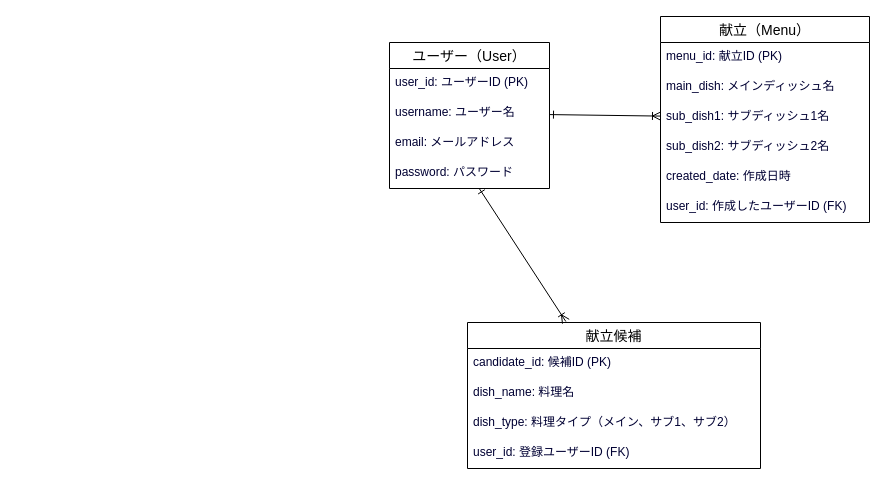
Above: er.dio in Some558/kondate_portfolio (draw.io), before the change. Source tidied: cells renumbered, new cells numbered last; positions are measured from the earlier drawing's top-left corner, leaving out a move shared by most shapes. Both pictures are drawn from the tidied source at 100%, with x=0, y=0 at pixel (389, 16).
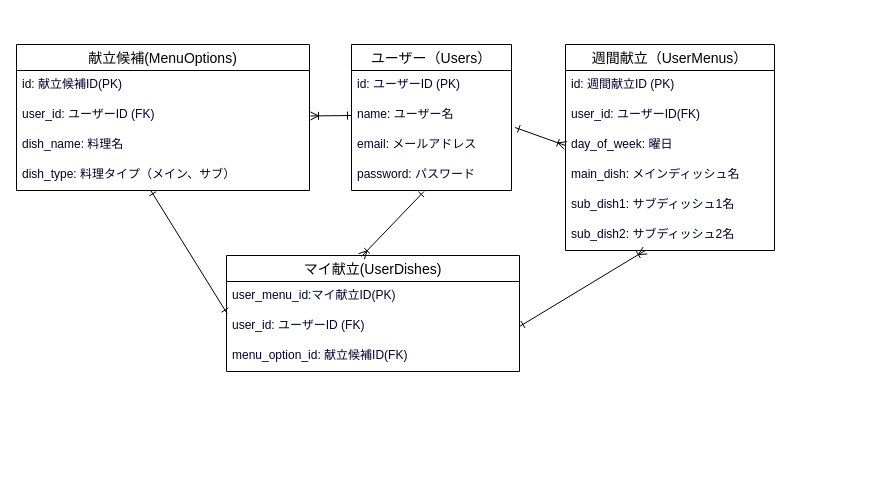
The same diagram, later.

Unchanged cells that the change refers to:
```xml
<mxCell id="5" value="email: メールアドレス" style="text;strokeColor=none;fillColor=none;spacingLeft=4;spacingRight=4;overflow=hidden;points=[[0,0.5],[1,0.5]];portConstraint=eastwest;fontSize=12;fontColor=#000033;" parent="2" vertex="1">
  <mxGeometry y="86" width="160" height="30" as="geometry" />
</mxCell>
<mxCell id="6" value="password: パスワード" style="text;strokeColor=none;fillColor=none;spacingLeft=4;spacingRight=4;overflow=hidden;points=[[0,0.5],[1,0.5]];portConstraint=eastwest;fontSize=12;fontColor=#000033;" parent="2" vertex="1">
  <mxGeometry y="116" width="160" height="30" as="geometry" />
</mxCell>
```

The edit, as a diff of the source:
```diff
@@
-    <mxCell id="2" value="ユーザー（User）" style="swimlane;fontStyle=0;horizontal=1;startSize=26;align=center;fontSize=14;labelBackgroundColor=none;labelBorderColor=none;swimlaneFillColor=none;gradientColor=none;perimeterSpacing=1;swimlaneLine=1;" parent="1" vertex="1">
-      <mxGeometry y="26" width="160" height="146" as="geometry" />
+    <mxCell id="2" value="ユーザー（Users）" style="swimlane;fontStyle=0;horizontal=1;startSize=26;align=center;fontSize=14;labelBackgroundColor=none;labelBorderColor=none;swimlaneFillColor=none;gradientColor=none;perimeterSpacing=1;swimlaneLine=1;" parent="1" vertex="1">
+      <mxGeometry x="-38" y="28" width="160" height="146" as="geometry" />
     </mxCell>
-    <mxCell id="3" value="user_id: ユーザーID (PK)" style="text;strokeColor=none;fillColor=none;spacingLeft=4;spacingRight=4;overflow=hidden;fontSize=12;fontColor=#000033;" parent="2" vertex="1">
+    <mxCell id="3" value="id: ユーザーID (PK)" style="text;strokeColor=none;fillColor=none;spacingLeft=4;spacingRight=4;overflow=hidden;fontSize=12;fontColor=#000033;" parent="2" vertex="1">
       <mxGeometry y="26" width="160" height="30" as="geometry" />
     </mxCell>
-    <mxCell id="4" value="username: ユーザー名" style="text;strokeColor=none;fillColor=none;spacingLeft=4;spacingRight=4;overflow=hidden;points=[[0,0.5],[1,0.5]];portConstraint=eastwest;fontSize=12;fontColor=#000033;" parent="2" vertex="1">
+    <mxCell id="4" value="name: ユーザー名" style="text;strokeColor=none;fillColor=none;spacingLeft=4;spacingRight=4;overflow=hidden;points=[[0,0.5],[1,0.5]];portConstraint=eastwest;fontSize=12;fontColor=#000033;" parent="2" vertex="1">
       <mxGeometry y="56" width="160" height="30" as="geometry" />
     </mxCell>
@@
-    <mxCell id="7" value="献立（Menu）" style="swimlane;fontStyle=0;horizontal=1;startSize=26;align=center;fontSize=14;labelBackgroundColor=none;labelBorderColor=none;swimlaneFillColor=none;gradientColor=none;perimeterSpacing=1;swimlaneLine=1;" parent="1" vertex="1">
-      <mxGeometry x="271" width="209" height="206" as="geometry" />
+    <mxCell id="7" value="週間献立（UserMenus）" style="swimlane;fontStyle=0;horizontal=1;startSize=26;align=center;fontSize=14;labelBackgroundColor=none;labelBorderColor=none;swimlaneFillColor=none;gradientColor=none;perimeterSpacing=1;swimlaneLine=1;" parent="1" vertex="1">
+      <mxGeometry x="176" y="28" width="209" height="206" as="geometry" />
     </mxCell>
-    <mxCell id="8" value="menu_id: 献立ID (PK)" style="text;strokeColor=none;fillColor=none;spacingLeft=4;spacingRight=4;overflow=hidden;fontSize=12;fontColor=#000033;" parent="7" vertex="1">
+    <mxCell id="8" value="id: 週間献立ID (PK)" style="text;strokeColor=none;fillColor=none;spacingLeft=4;spacingRight=4;overflow=hidden;fontSize=12;fontColor=#000033;" parent="7" vertex="1">
       <mxGeometry y="26" width="209" height="30" as="geometry" />
     </mxCell>
+    <mxCell id="21" value="user_id: ユーザーID(FK)" style="text;strokeColor=none;fillColor=none;spacingLeft=4;spacingRight=4;overflow=hidden;fontSize=12;fontColor=#000033;" parent="7" vertex="1">
+      <mxGeometry y="56" width="209" height="30" as="geometry" />
+    </mxCell>
+    <mxCell id="22" value="day_of_week: 曜日" style="text;strokeColor=none;fillColor=none;spacingLeft=4;spacingRight=4;overflow=hidden;points=[[0,0.5],[1,0.5]];portConstraint=eastwest;fontSize=12;fontColor=#000033;" parent="7" vertex="1">
+      <mxGeometry y="86" width="209" height="30" as="geometry" />
+    </mxCell>
     <mxCell id="9" value="main_dish: メインディッシュ名" style="text;strokeColor=none;fillColor=none;spacingLeft=4;spacingRight=4;overflow=hidden;fontSize=12;fontColor=#000033;" parent="7" vertex="1">
-      <mxGeometry y="56" width="209" height="30" as="geometry" />
+      <mxGeometry y="116" width="209" height="30" as="geometry" />
     </mxCell>
     <mxCell id="10" value="sub_dish1: サブディッシュ1名" style="text;strokeColor=none;fillColor=none;spacingLeft=4;spacingRight=4;overflow=hidden;points=[[0,0.5],[1,0.5]];portConstraint=eastwest;fontSize=12;fontColor=#000033;" parent="7" vertex="1">
-      <mxGeometry y="86" width="209" height="30" as="geometry" />
+      <mxGeometry y="146" width="209" height="30" as="geometry" />
     </mxCell>
     <mxCell id="11" value="sub_dish2: サブディッシュ2名" style="text;strokeColor=none;fillColor=none;spacingLeft=4;spacingRight=4;overflow=hidden;points=[[0,0.5],[1,0.5]];portConstraint=eastwest;fontSize=12;fontColor=#000033;" parent="7" vertex="1">
-      <mxGeometry y="116" width="209" height="30" as="geometry" />
+      <mxGeometry y="176" width="209" height="30" as="geometry" />
     </mxCell>
-    <mxCell id="12" value="created_date: 作成日時" style="text;strokeColor=none;fillColor=none;spacingLeft=4;spacingRight=4;overflow=hidden;fontSize=12;fontColor=#000033;" parent="7" vertex="1">
-      <mxGeometry y="146" width="209" height="30" as="geometry" />
-    </mxCell>
-    <mxCell id="13" value="user_id: 作成したユーザーID (FK)" style="text;strokeColor=none;fillColor=none;spacingLeft=4;spacingRight=4;overflow=hidden;fontSize=12;fontColor=#000033;" parent="7" vertex="1">
-      <mxGeometry y="176" width="209" height="30" as="geometry" />
-    </mxCell>
-    <mxCell id="14" value="献立候補" style="swimlane;fontStyle=0;horizontal=1;startSize=26;align=center;fontSize=14;labelBackgroundColor=none;labelBorderColor=none;swimlaneFillColor=none;gradientColor=none;perimeterSpacing=1;swimlaneLine=1;" parent="1" vertex="1">
-      <mxGeometry x="78" y="306" width="293" height="146" as="geometry" />
+    <mxCell id="14" value="献立候補(MenuOptions)" style="swimlane;fontStyle=0;horizontal=1;startSize=26;align=center;fontSize=14;labelBackgroundColor=none;labelBorderColor=none;swimlaneFillColor=none;gradientColor=none;perimeterSpacing=1;swimlaneLine=1;" parent="1" vertex="1">
+      <mxGeometry x="-373" y="28" width="293" height="146" as="geometry" />
     </mxCell>
+    <mxCell id="23" value="id: 献立候補ID(PK)" style="text;strokeColor=none;fillColor=none;spacingLeft=4;spacingRight=4;overflow=hidden;fontSize=12;fontColor=#000033;" parent="14" vertex="1">
+      <mxGeometry y="26" width="293" height="30" as="geometry" />
+    </mxCell>
-    <mxCell id="15" value="candidate_id: 候補ID (PK)" style="text;strokeColor=none;fillColor=none;spacingLeft=4;spacingRight=4;overflow=hidden;fontSize=12;fontColor=#000033;" parent="14" vertex="1">
-      <mxGeometry y="26" width="293" height="30" as="geometry" />
+    <mxCell id="15" value="user_id: ユーザーID (FK)" style="text;strokeColor=none;fillColor=none;spacingLeft=4;spacingRight=4;overflow=hidden;fontSize=12;fontColor=#000033;" parent="14" vertex="1">
+      <mxGeometry y="56" width="293" height="30" as="geometry" />
     </mxCell>
     <mxCell id="16" value="dish_name: 料理名" style="text;strokeColor=none;fillColor=none;spacingLeft=4;spacingRight=4;overflow=hidden;fontSize=12;fontColor=#000033;" parent="14" vertex="1">
-      <mxGeometry y="56" width="293" height="30" as="geometry" />
+      <mxGeometry y="86" width="293" height="30" as="geometry" />
     </mxCell>
-    <mxCell id="17" value="dish_type: 料理タイプ（メイン、サブ1、サブ2）" style="text;strokeColor=none;fillColor=none;spacingLeft=4;spacingRight=4;overflow=hidden;points=[[0,0.5],[1,0.5]];portConstraint=eastwest;fontSize=12;fontColor=#000033;" parent="14" vertex="1">
-      <mxGeometry y="86" width="293" height="30" as="geometry" />
+    <mxCell id="17" value="dish_type: 料理タイプ（メイン、サブ）" style="text;strokeColor=none;fillColor=none;spacingLeft=4;spacingRight=4;overflow=hidden;points=[[0,0.5],[1,0.5]];portConstraint=eastwest;fontSize=12;fontColor=#000033;" parent="14" vertex="1">
+      <mxGeometry y="116" width="293" height="30" as="geometry" />
     </mxCell>
-    <mxCell id="18" value="user_id: 登録ユーザーID (FK)" style="text;strokeColor=none;fillColor=none;spacingLeft=4;spacingRight=4;overflow=hidden;fontSize=12;fontColor=#000033;" parent="14" vertex="1">
-      <mxGeometry y="116" width="293" height="30" as="geometry" />
-    </mxCell>
-    <mxCell id="19" style="edgeStyle=none;html=1;fontColor=#000033;strokeColor=#000000;endArrow=ERoneToMany;endFill=0;startArrow=ERone;startFill=0;" parent="1" edge="1" source="4" target="10">
+    <mxCell id="19" style="edgeStyle=none;html=1;fontColor=#000033;strokeColor=#000000;endArrow=ERoneToMany;endFill=0;startArrow=ERone;startFill=0;entryX=0;entryY=0.5;entryDx=0;entryDy=0;exitX=1.022;exitY=-0.1;exitDx=0;exitDy=0;exitPerimeter=0;" parent="1" edge="1" source="5" target="22">
       <mxGeometry relative="1" as="geometry" />
     </mxCell>
-    <mxCell id="20" style="edgeStyle=none;html=1;strokeColor=#000000;fontColor=#000033;startArrow=ERone;startFill=0;endArrow=ERoneToMany;endFill=0;" parent="1" edge="1" source="6" target="14">
+    <mxCell id="20" style="edgeStyle=none;html=1;strokeColor=#000000;fontColor=#000033;startArrow=ERone;startFill=0;endArrow=ERoneToMany;endFill=0;exitX=0;exitY=0.5;exitDx=0;exitDy=0;" parent="1" edge="1" source="4" target="14">
       <mxGeometry relative="1" as="geometry" />
     </mxCell>
+    <mxCell id="24" value="マイ献立(UserDishes)" style="swimlane;fontStyle=0;horizontal=1;startSize=26;align=center;fontSize=14;labelBackgroundColor=none;labelBorderColor=none;swimlaneFillColor=none;gradientColor=none;perimeterSpacing=1;swimlaneLine=1;" parent="1" vertex="1">
+      <mxGeometry x="-163" y="239" width="293" height="116" as="geometry" />
+    </mxCell>
+    <mxCell id="25" value="user_menu_id:マイ献立ID(PK)" style="text;strokeColor=none;fillColor=none;spacingLeft=4;spacingRight=4;overflow=hidden;fontSize=12;fontColor=#000033;" parent="24" vertex="1">
+      <mxGeometry y="26" width="293" height="30" as="geometry" />
+    </mxCell>
+    <mxCell id="26" value="user_id: ユーザーID (FK)" style="text;strokeColor=none;fillColor=none;spacingLeft=4;spacingRight=4;overflow=hidden;points=[[0,0.5],[1,0.5]];portConstraint=eastwest;fontSize=12;fontColor=#000033;" parent="24" vertex="1">
+      <mxGeometry y="56" width="293" height="30" as="geometry" />
+    </mxCell>
+    <mxCell id="27" value="menu_option_id: 献立候補ID(FK)" style="text;strokeColor=none;fillColor=none;spacingLeft=4;spacingRight=4;overflow=hidden;fontSize=12;fontColor=#000033;" parent="24" vertex="1">
+      <mxGeometry y="86" width="293" height="30" as="geometry" />
+    </mxCell>
+    <mxCell id="28" style="edgeStyle=none;html=1;fontColor=#000033;strokeColor=#000000;endArrow=ERoneToMany;endFill=0;startArrow=ERone;startFill=0;entryX=0.461;entryY=0.017;entryDx=0;entryDy=0;entryPerimeter=0;exitX=0.453;exitY=1.033;exitDx=0;exitDy=0;exitPerimeter=0;" parent="1" edge="1" source="6" target="24">
+      <mxGeometry relative="1" as="geometry" />
+    </mxCell>
+    <mxCell id="29" style="edgeStyle=none;html=1;fontColor=#000033;strokeColor=#000000;endArrow=ERoneToMany;endFill=0;startArrow=ERone;startFill=0;exitX=1;exitY=0.5;exitDx=0;exitDy=0;" parent="1" edge="1" source="26" target="11">
+      <mxGeometry relative="1" as="geometry" />
+    </mxCell>
+    <mxCell id="30" style="edgeStyle=none;html=1;fontColor=#000033;strokeColor=#000000;endArrow=ERone;endFill=0;startArrow=ERone;startFill=0;entryX=0.002;entryY=0.067;entryDx=0;entryDy=0;entryPerimeter=0;exitX=0.458;exitY=0.996;exitDx=0;exitDy=0;exitPerimeter=0;" parent="1" edge="1" source="17" target="26">
+      <mxGeometry relative="1" as="geometry" />
+    </mxCell>
```
